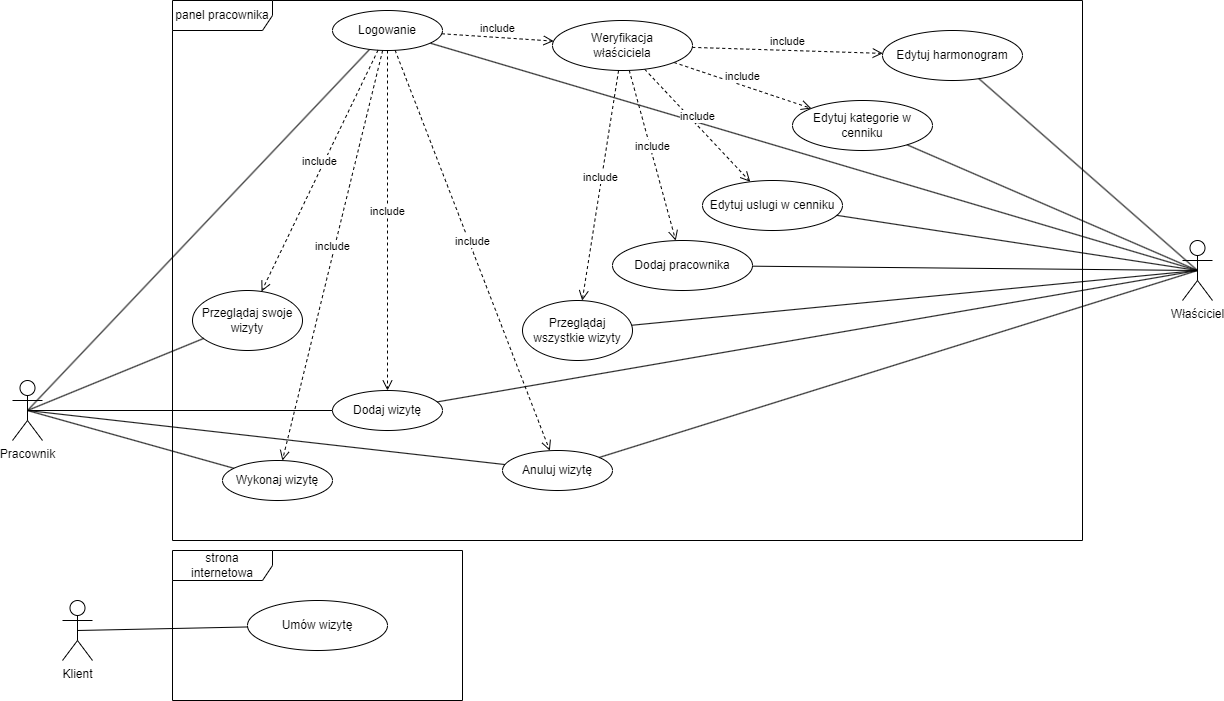
The draw.io diagram zasoby/diagram_przypadkow_uzycia.png in jakubir/BarberDeluxe-specyfikacja, before a commit. Source tidied: cells renumbered, new cells last; positions are measured from the earlier drawing's top-left corner, leaving out a move shared by most shapes.
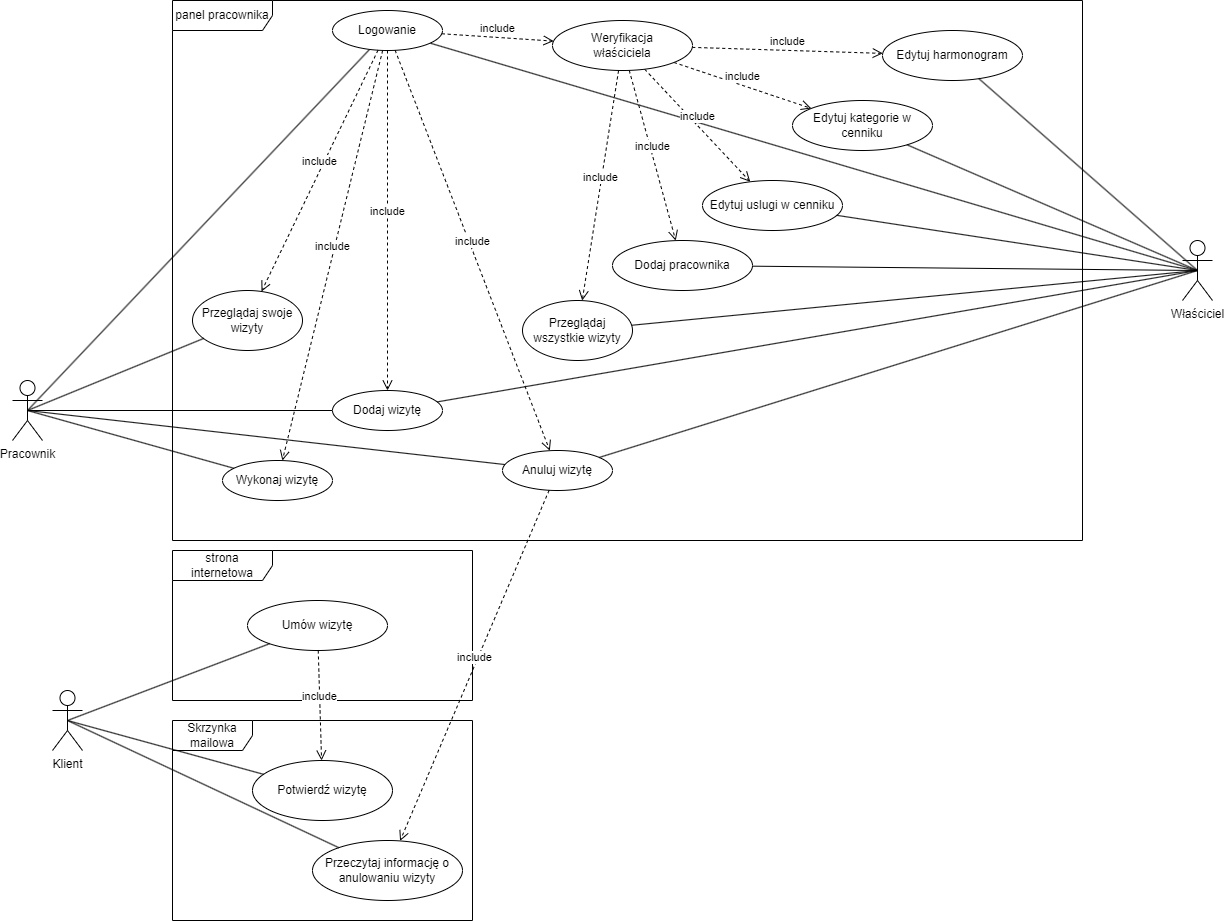
The same file after the commit.

Change to the diagram source:
```diff
@@ -9,10 +9,10 @@
       <mxGeometry y="380" width="30" height="60" as="geometry" />
     </mxCell>
     <mxCell id="4" value="Klient&lt;br&gt;" style="shape=umlActor;verticalLabelPosition=bottom;verticalAlign=top;html=1;" parent="1" vertex="1">
-      <mxGeometry x="50" y="600" width="30" height="60" as="geometry" />
+      <mxGeometry x="40" y="690" width="30" height="60" as="geometry" />
     </mxCell>
     <mxCell id="5" value="strona internetowa" style="shape=umlFrame;whiteSpace=wrap;html=1;width=100;height=30;" parent="1" vertex="1">
-      <mxGeometry x="160" y="550" width="290" height="150" as="geometry" />
+      <mxGeometry x="160" y="550" width="300" height="150" as="geometry" />
     </mxCell>
     <mxCell id="6" value="panel pracownika" style="shape=umlFrame;whiteSpace=wrap;html=1;width=100;height=30;" parent="1" vertex="1">
       <mxGeometry x="160" width="910" height="540" as="geometry" />
@@ -125,5 +125,26 @@
     <mxCell id="42" style="rounded=0;jettySize=auto;html=1;entryX=0.5;entryY=0.5;entryDx=0;entryDy=0;entryPerimeter=0;endArrow=none;endFill=0;" parent="1" edge="1" source="41" target="4">
       <mxGeometry relative="1" as="geometry" />
     </mxCell>
+    <mxCell id="43" value="Skrzynka mailowa" style="shape=umlFrame;whiteSpace=wrap;html=1;width=80;height=30;" parent="1" vertex="1">
+      <mxGeometry x="160" y="720" width="300" height="200" as="geometry" />
+    </mxCell>
+    <mxCell id="44" value="Potwierdź wizytę" style="ellipse;whiteSpace=wrap;html=1;" parent="1" vertex="1">
+      <mxGeometry x="240" y="760" width="140" height="60" as="geometry" />
+    </mxCell>
+    <mxCell id="45" value="include&lt;br&gt;" style="html=1;verticalAlign=bottom;endArrow=open;dashed=1;endSize=8;elbow=vertical;rounded=0;" parent="1" edge="1" source="41" target="44">
+      <mxGeometry relative="1" as="geometry" />
+    </mxCell>
+    <mxCell id="46" style="rounded=0;jettySize=auto;html=1;entryX=0.5;entryY=0.5;entryDx=0;entryDy=0;entryPerimeter=0;endArrow=none;endFill=0;" parent="1" edge="1" source="44" target="4">
+      <mxGeometry relative="1" as="geometry" />
+    </mxCell>
+    <mxCell id="47" value="Przeczytaj informację o anulowaniu wizyty" style="ellipse;whiteSpace=wrap;html=1;" parent="1" vertex="1">
+      <mxGeometry x="300" y="840" width="150" height="60" as="geometry" />
+    </mxCell>
+    <mxCell id="48" style="rounded=0;jettySize=auto;html=1;entryX=0.5;entryY=0.5;entryDx=0;entryDy=0;entryPerimeter=0;endArrow=none;endFill=0;" parent="1" edge="1" source="47" target="4">
+      <mxGeometry relative="1" as="geometry" />
+    </mxCell>
+    <mxCell id="49" value="include&lt;br&gt;" style="html=1;verticalAlign=bottom;endArrow=open;dashed=1;endSize=8;elbow=vertical;rounded=0;" parent="1" edge="1" source="19" target="47">
+      <mxGeometry relative="1" as="geometry" />
+    </mxCell>
   </root>
 </mxGraphModel>
```
